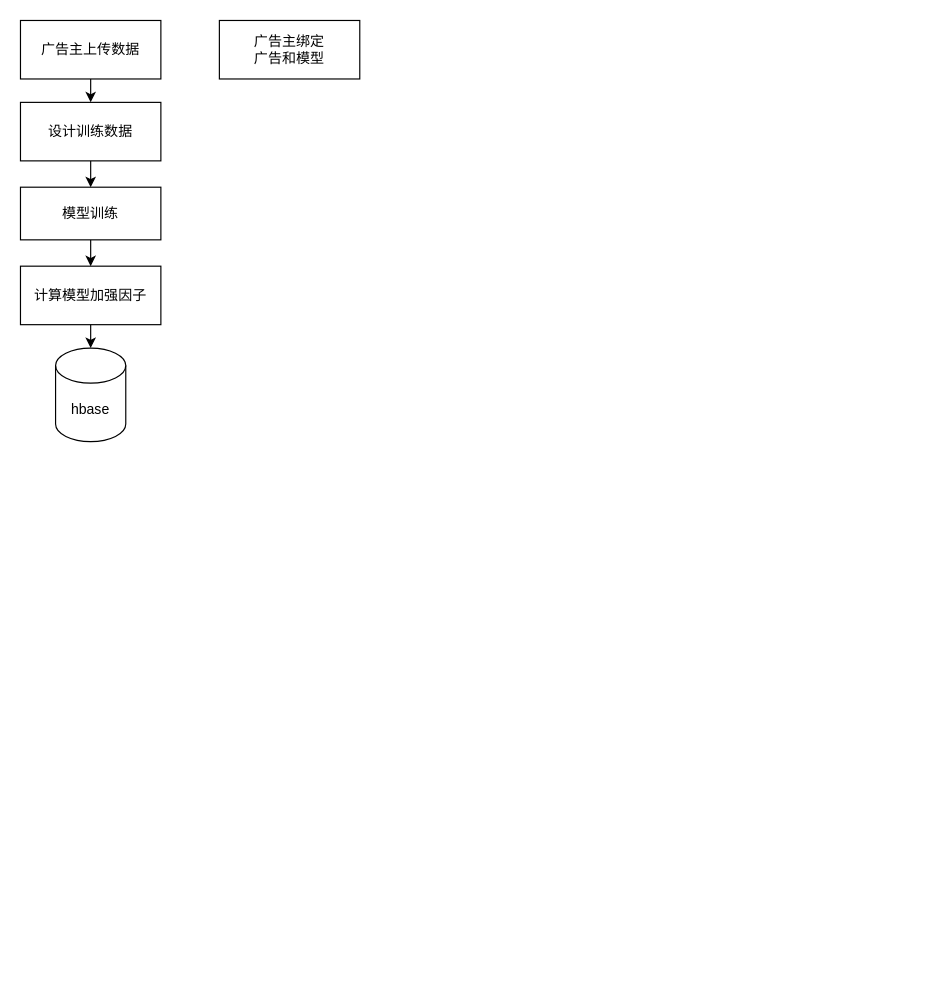
wxquare/wxquare.github.io keeps this draw.io diagram as page "第 3 页" (3 of 3) of source/diagrams/ads.drawio. Above is the earlier version. Source tidied: cells renumbered, new cells numbered last; positions are measured from the earlier drawing's top-left corner, leaving out a move shared by most shapes. Both pictures are drawn from the tidied source at 117%, with x=0, y=0 at pixel (20, 20).
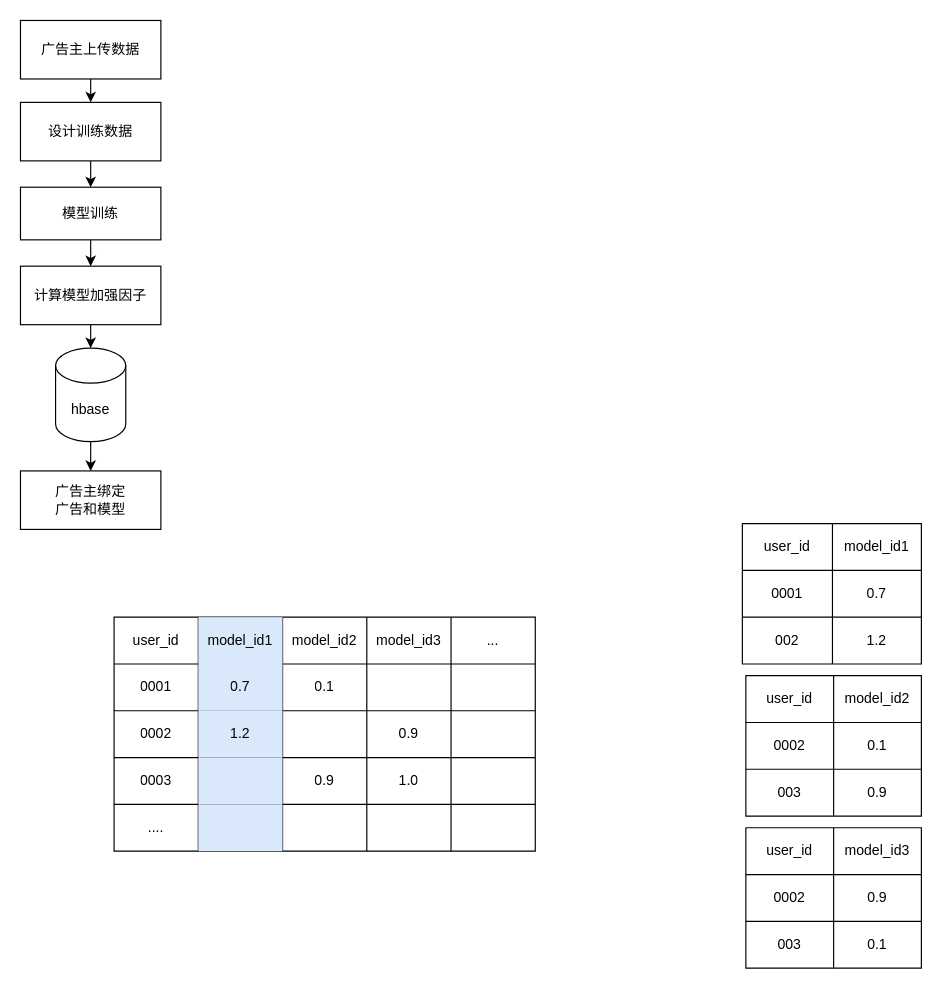
The same diagram, later.

The change refers to these unchanged cells:
```xml
<mxCell id="7" value="hbase" style="shape=cylinder3;whiteSpace=wrap;html=1;boundedLbl=1;backgroundOutline=1;size=15;" parent="1" vertex="1">
  <mxGeometry x="30" y="280" width="60" height="80" as="geometry" />
</mxCell>
```

Diff of the diagram source:
```diff
@@
+    <mxCell id="12" style="edgeStyle=orthogonalEdgeStyle;rounded=0;jettySize=auto;html=1;exitX=0.5;exitY=1;exitDx=0;exitDy=0;exitPerimeter=0;entryX=0.5;entryY=0;entryDx=0;entryDy=0;" parent="1" edge="1" source="7" target="10">
+      <mxGeometry relative="1" as="geometry" />
+    </mxCell>
@@
     <mxCell id="10" value="广告主绑定&lt;br&gt;广告和模型" style="rounded=0;whiteSpace=wrap;html=1;" parent="1" vertex="1">
-      <mxGeometry x="170" width="120" height="50" as="geometry" />
+      <mxGeometry y="385" width="120" height="50" as="geometry" />
     </mxCell>
@@
+    <mxCell id="13" style="shape=table;startSize=0;childLayout=tableLayout;" parent="1" vertex="1">
+      <mxGeometry x="80" y="510" width="360" height="200" as="geometry" />
+    </mxCell>
+    <mxCell id="14" style="shape=tableRow;horizontal=0;startSize=0;swimlaneHead=0;swimlaneBody=0;strokeColor=inherit;top=0;left=0;bottom=0;right=0;fillColor=none;" parent="13" vertex="1">
+      <mxGeometry width="360" height="40" as="geometry" />
+    </mxCell>
+    <mxCell id="15" value="user_id" style="shape=partialRectangle;html=1;whiteSpace=wrap;strokeColor=inherit;overflow=hidden;fillColor=none;top=0;left=0;bottom=0;right=0;" parent="14" vertex="1">
+      <mxGeometry width="72" height="40" as="geometry" />
+    </mxCell>
+    <mxCell id="16" value="model_id1" style="shape=partialRectangle;html=1;whiteSpace=wrap;strokeColor=#6c8ebf;overflow=hidden;fillColor=#dae8fc;top=0;left=0;bottom=0;right=0;" parent="14" vertex="1">
+      <mxGeometry x="72" width="72" height="40" as="geometry" />
+    </mxCell>
+    <mxCell id="17" value="model_id2" style="shape=partialRectangle;html=1;whiteSpace=wrap;strokeColor=inherit;overflow=hidden;fillColor=none;top=0;left=0;bottom=0;right=0;" parent="14" vertex="1">
+      <mxGeometry x="144" width="72" height="40" as="geometry" />
+    </mxCell>
+    <mxCell id="18" value="model_id3" style="shape=partialRectangle;html=1;whiteSpace=wrap;strokeColor=inherit;overflow=hidden;fillColor=none;top=0;left=0;bottom=0;right=0;" parent="14" vertex="1">
+      <mxGeometry x="216" width="72" height="40" as="geometry" />
+    </mxCell>
+    <mxCell id="19" value="..." style="shape=partialRectangle;html=1;whiteSpace=wrap;strokeColor=inherit;overflow=hidden;fillColor=none;top=0;left=0;bottom=0;right=0;" parent="14" vertex="1">
+      <mxGeometry x="288" width="72" height="40" as="geometry" />
+    </mxCell>
+    <mxCell id="20" style="shape=tableRow;horizontal=0;startSize=0;swimlaneHead=0;swimlaneBody=0;strokeColor=inherit;top=0;left=0;bottom=0;right=0;fillColor=none;" parent="13" vertex="1">
+      <mxGeometry y="40" width="360" height="40" as="geometry" />
+    </mxCell>
+    <mxCell id="21" value="0001" style="shape=partialRectangle;html=1;whiteSpace=wrap;strokeColor=inherit;overflow=hidden;fillColor=none;top=0;left=0;bottom=0;right=0;" parent="20" vertex="1">
+      <mxGeometry width="72" height="40" as="geometry" />
+    </mxCell>
+    <mxCell id="22" value="0.7" style="shape=partialRectangle;html=1;whiteSpace=wrap;strokeColor=#6c8ebf;overflow=hidden;fillColor=#dae8fc;top=0;left=0;bottom=0;right=0;" parent="20" vertex="1">
+      <mxGeometry x="72" width="72" height="40" as="geometry" />
+    </mxCell>
+    <mxCell id="23" value="0.1" style="shape=partialRectangle;html=1;whiteSpace=wrap;strokeColor=inherit;overflow=hidden;fillColor=none;top=0;left=0;bottom=0;right=0;" parent="20" vertex="1">
+      <mxGeometry x="144" width="72" height="40" as="geometry" />
+    </mxCell>
+    <mxCell id="24" style="shape=partialRectangle;html=1;whiteSpace=wrap;strokeColor=inherit;overflow=hidden;fillColor=none;top=0;left=0;bottom=0;right=0;" parent="20" vertex="1">
+      <mxGeometry x="216" width="72" height="40" as="geometry" />
+    </mxCell>
+    <mxCell id="25" style="shape=partialRectangle;html=1;whiteSpace=wrap;strokeColor=inherit;overflow=hidden;fillColor=none;top=0;left=0;bottom=0;right=0;" parent="20" vertex="1">
+      <mxGeometry x="288" width="72" height="40" as="geometry" />
+    </mxCell>
+    <mxCell id="26" style="shape=tableRow;horizontal=0;startSize=0;swimlaneHead=0;swimlaneBody=0;strokeColor=inherit;top=0;left=0;bottom=0;right=0;fillColor=none;" parent="13" vertex="1">
+      <mxGeometry y="80" width="360" height="40" as="geometry" />
+    </mxCell>
+    <mxCell id="27" value="0002" style="shape=partialRectangle;html=1;whiteSpace=wrap;strokeColor=inherit;overflow=hidden;fillColor=none;top=0;left=0;bottom=0;right=0;" parent="26" vertex="1">
+      <mxGeometry width="72" height="40" as="geometry" />
+    </mxCell>
+    <mxCell id="28" value="1.2" style="shape=partialRectangle;html=1;whiteSpace=wrap;strokeColor=#6c8ebf;overflow=hidden;fillColor=#dae8fc;top=0;left=0;bottom=0;right=0;" parent="26" vertex="1">
+      <mxGeometry x="72" width="72" height="40" as="geometry" />
+    </mxCell>
+    <mxCell id="29" style="shape=partialRectangle;html=1;whiteSpace=wrap;strokeColor=inherit;overflow=hidden;fillColor=none;top=0;left=0;bottom=0;right=0;" parent="26" vertex="1">
+      <mxGeometry x="144" width="72" height="40" as="geometry" />
+    </mxCell>
+    <mxCell id="30" value="0.9" style="shape=partialRectangle;html=1;whiteSpace=wrap;strokeColor=inherit;overflow=hidden;fillColor=none;top=0;left=0;bottom=0;right=0;" parent="26" vertex="1">
+      <mxGeometry x="216" width="72" height="40" as="geometry" />
+    </mxCell>
+    <mxCell id="31" style="shape=partialRectangle;html=1;whiteSpace=wrap;strokeColor=inherit;overflow=hidden;fillColor=none;top=0;left=0;bottom=0;right=0;" parent="26" vertex="1">
+      <mxGeometry x="288" width="72" height="40" as="geometry" />
+    </mxCell>
+    <mxCell id="32" style="shape=tableRow;horizontal=0;startSize=0;swimlaneHead=0;swimlaneBody=0;strokeColor=inherit;top=0;left=0;bottom=0;right=0;fillColor=none;" parent="13" vertex="1">
+      <mxGeometry y="120" width="360" height="40" as="geometry" />
+    </mxCell>
+    <mxCell id="33" value="0003" style="shape=partialRectangle;html=1;whiteSpace=wrap;strokeColor=inherit;overflow=hidden;fillColor=none;top=0;left=0;bottom=0;right=0;" parent="32" vertex="1">
+      <mxGeometry width="72" height="40" as="geometry" />
+    </mxCell>
+    <mxCell id="34" style="shape=partialRectangle;html=1;whiteSpace=wrap;strokeColor=#6c8ebf;overflow=hidden;fillColor=#dae8fc;top=0;left=0;bottom=0;right=0;" parent="32" vertex="1">
+      <mxGeometry x="72" width="72" height="40" as="geometry" />
+    </mxCell>
+    <mxCell id="35" value="0.9" style="shape=partialRectangle;html=1;whiteSpace=wrap;strokeColor=inherit;overflow=hidden;fillColor=none;top=0;left=0;bottom=0;right=0;" parent="32" vertex="1">
+      <mxGeometry x="144" width="72" height="40" as="geometry" />
+    </mxCell>
+    <mxCell id="36" value="1.0" style="shape=partialRectangle;html=1;whiteSpace=wrap;strokeColor=inherit;overflow=hidden;fillColor=none;top=0;left=0;bottom=0;right=0;" parent="32" vertex="1">
+      <mxGeometry x="216" width="72" height="40" as="geometry" />
+    </mxCell>
+    <mxCell id="37" style="shape=partialRectangle;html=1;whiteSpace=wrap;strokeColor=inherit;overflow=hidden;fillColor=none;top=0;left=0;bottom=0;right=0;" parent="32" vertex="1">
+      <mxGeometry x="288" width="72" height="40" as="geometry" />
+    </mxCell>
+    <mxCell id="38" style="shape=tableRow;horizontal=0;startSize=0;swimlaneHead=0;swimlaneBody=0;strokeColor=inherit;top=0;left=0;bottom=0;right=0;fillColor=none;" parent="13" vertex="1">
+      <mxGeometry y="160" width="360" height="40" as="geometry" />
+    </mxCell>
+    <mxCell id="39" value="...." style="shape=partialRectangle;html=1;whiteSpace=wrap;strokeColor=inherit;overflow=hidden;fillColor=none;top=0;left=0;bottom=0;right=0;" parent="38" vertex="1">
+      <mxGeometry width="72" height="40" as="geometry" />
+    </mxCell>
+    <mxCell id="40" style="shape=partialRectangle;html=1;whiteSpace=wrap;strokeColor=#6c8ebf;overflow=hidden;fillColor=#dae8fc;top=0;left=0;bottom=0;right=0;" parent="38" vertex="1">
+      <mxGeometry x="72" width="72" height="40" as="geometry" />
+    </mxCell>
+    <mxCell id="41" style="shape=partialRectangle;html=1;whiteSpace=wrap;strokeColor=inherit;overflow=hidden;fillColor=none;top=0;left=0;bottom=0;right=0;" parent="38" vertex="1">
+      <mxGeometry x="144" width="72" height="40" as="geometry" />
+    </mxCell>
+    <mxCell id="42" style="shape=partialRectangle;html=1;whiteSpace=wrap;strokeColor=inherit;overflow=hidden;fillColor=none;top=0;left=0;bottom=0;right=0;" parent="38" vertex="1">
+      <mxGeometry x="216" width="72" height="40" as="geometry" />
+    </mxCell>
+    <mxCell id="43" style="shape=partialRectangle;html=1;whiteSpace=wrap;strokeColor=inherit;overflow=hidden;fillColor=none;top=0;left=0;bottom=0;right=0;" parent="38" vertex="1">
+      <mxGeometry x="288" width="72" height="40" as="geometry" />
+    </mxCell>
+    <mxCell id="44" style="shape=table;startSize=0;childLayout=tableLayout;" parent="1" vertex="1">
+      <mxGeometry x="617" y="430" width="153" height="120" as="geometry" />
+    </mxCell>
+    <mxCell id="45" style="shape=tableRow;horizontal=0;startSize=0;swimlaneHead=0;swimlaneBody=0;strokeColor=inherit;top=0;left=0;bottom=0;right=0;fillColor=none;" parent="44" vertex="1">
+      <mxGeometry width="153" height="40" as="geometry" />
+    </mxCell>
+    <mxCell id="46" value="user_id" style="shape=partialRectangle;html=1;whiteSpace=wrap;strokeColor=inherit;overflow=hidden;fillColor=none;top=0;left=0;bottom=0;right=0;" parent="45" vertex="1">
+      <mxGeometry width="77" height="40" as="geometry" />
+    </mxCell>
+    <mxCell id="47" value="model_id1" style="shape=partialRectangle;html=1;whiteSpace=wrap;strokeColor=inherit;overflow=hidden;fillColor=none;top=0;left=0;bottom=0;right=0;" parent="45" vertex="1">
+      <mxGeometry x="77" width="76" height="40" as="geometry" />
+    </mxCell>
+    <mxCell id="48" style="shape=tableRow;horizontal=0;startSize=0;swimlaneHead=0;swimlaneBody=0;strokeColor=inherit;top=0;left=0;bottom=0;right=0;fillColor=none;" parent="44" vertex="1">
+      <mxGeometry y="40" width="153" height="40" as="geometry" />
+    </mxCell>
+    <mxCell id="49" value="0001" style="shape=partialRectangle;html=1;whiteSpace=wrap;strokeColor=inherit;overflow=hidden;fillColor=none;top=0;left=0;bottom=0;right=0;" parent="48" vertex="1">
+      <mxGeometry width="77" height="40" as="geometry" />
+    </mxCell>
+    <mxCell id="50" value="0.7" style="shape=partialRectangle;html=1;whiteSpace=wrap;strokeColor=inherit;overflow=hidden;fillColor=none;top=0;left=0;bottom=0;right=0;" parent="48" vertex="1">
+      <mxGeometry x="77" width="76" height="40" as="geometry" />
+    </mxCell>
+    <mxCell id="51" style="shape=tableRow;horizontal=0;startSize=0;swimlaneHead=0;swimlaneBody=0;strokeColor=inherit;top=0;left=0;bottom=0;right=0;fillColor=none;" parent="44" vertex="1">
+      <mxGeometry y="80" width="153" height="40" as="geometry" />
+    </mxCell>
+    <mxCell id="52" value="002" style="shape=partialRectangle;html=1;whiteSpace=wrap;strokeColor=inherit;overflow=hidden;fillColor=none;top=0;left=0;bottom=0;right=0;" parent="51" vertex="1">
+      <mxGeometry width="77" height="40" as="geometry" />
+    </mxCell>
+    <mxCell id="53" value="1.2" style="shape=partialRectangle;html=1;whiteSpace=wrap;strokeColor=inherit;overflow=hidden;fillColor=none;top=0;left=0;bottom=0;right=0;" parent="51" vertex="1">
+      <mxGeometry x="77" width="76" height="40" as="geometry" />
+    </mxCell>
+    <mxCell id="54" style="shape=table;startSize=0;childLayout=tableLayout;" parent="1" vertex="1">
+      <mxGeometry x="620" y="560" width="150" height="120" as="geometry" />
+    </mxCell>
+    <mxCell id="55" style="shape=tableRow;horizontal=0;startSize=0;swimlaneHead=0;swimlaneBody=0;strokeColor=inherit;top=0;left=0;bottom=0;right=0;fillColor=none;" parent="54" vertex="1">
+      <mxGeometry width="150" height="40" as="geometry" />
+    </mxCell>
+    <mxCell id="56" value="user_id" style="shape=partialRectangle;html=1;whiteSpace=wrap;strokeColor=inherit;overflow=hidden;fillColor=none;top=0;left=0;bottom=0;right=0;" parent="55" vertex="1">
+      <mxGeometry width="75" height="40" as="geometry" />
+    </mxCell>
+    <mxCell id="57" value="model_id2" style="shape=partialRectangle;html=1;whiteSpace=wrap;strokeColor=inherit;overflow=hidden;fillColor=none;top=0;left=0;bottom=0;right=0;" parent="55" vertex="1">
+      <mxGeometry x="75" width="75" height="40" as="geometry" />
+    </mxCell>
+    <mxCell id="58" style="shape=tableRow;horizontal=0;startSize=0;swimlaneHead=0;swimlaneBody=0;strokeColor=inherit;top=0;left=0;bottom=0;right=0;fillColor=none;" parent="54" vertex="1">
+      <mxGeometry y="40" width="150" height="40" as="geometry" />
+    </mxCell>
+    <mxCell id="59" value="0002" style="shape=partialRectangle;html=1;whiteSpace=wrap;strokeColor=inherit;overflow=hidden;fillColor=none;top=0;left=0;bottom=0;right=0;" parent="58" vertex="1">
+      <mxGeometry width="75" height="40" as="geometry" />
+    </mxCell>
+    <mxCell id="60" value="0.1" style="shape=partialRectangle;html=1;whiteSpace=wrap;strokeColor=inherit;overflow=hidden;fillColor=none;top=0;left=0;bottom=0;right=0;" parent="58" vertex="1">
+      <mxGeometry x="75" width="75" height="40" as="geometry" />
+    </mxCell>
+    <mxCell id="61" style="shape=tableRow;horizontal=0;startSize=0;swimlaneHead=0;swimlaneBody=0;strokeColor=inherit;top=0;left=0;bottom=0;right=0;fillColor=none;" parent="54" vertex="1">
+      <mxGeometry y="80" width="150" height="40" as="geometry" />
+    </mxCell>
+    <mxCell id="62" value="003" style="shape=partialRectangle;html=1;whiteSpace=wrap;strokeColor=inherit;overflow=hidden;fillColor=none;top=0;left=0;bottom=0;right=0;" parent="61" vertex="1">
+      <mxGeometry width="75" height="40" as="geometry" />
+    </mxCell>
+    <mxCell id="63" value="0.9" style="shape=partialRectangle;html=1;whiteSpace=wrap;strokeColor=inherit;overflow=hidden;fillColor=none;top=0;left=0;bottom=0;right=0;" parent="61" vertex="1">
+      <mxGeometry x="75" width="75" height="40" as="geometry" />
+    </mxCell>
+    <mxCell id="64" style="shape=table;startSize=0;childLayout=tableLayout;" parent="1" vertex="1">
+      <mxGeometry x="620" y="690" width="150" height="120" as="geometry" />
+    </mxCell>
+    <mxCell id="65" style="shape=tableRow;horizontal=0;startSize=0;swimlaneHead=0;swimlaneBody=0;strokeColor=inherit;top=0;left=0;bottom=0;right=0;fillColor=none;" parent="64" vertex="1">
+      <mxGeometry width="150" height="40" as="geometry" />
+    </mxCell>
+    <mxCell id="66" value="user_id" style="shape=partialRectangle;html=1;whiteSpace=wrap;strokeColor=inherit;overflow=hidden;fillColor=none;top=0;left=0;bottom=0;right=0;" parent="65" vertex="1">
+      <mxGeometry width="75" height="40" as="geometry" />
+    </mxCell>
+    <mxCell id="67" value="model_id3" style="shape=partialRectangle;html=1;whiteSpace=wrap;strokeColor=inherit;overflow=hidden;fillColor=none;top=0;left=0;bottom=0;right=0;" parent="65" vertex="1">
+      <mxGeometry x="75" width="75" height="40" as="geometry" />
+    </mxCell>
+    <mxCell id="68" style="shape=tableRow;horizontal=0;startSize=0;swimlaneHead=0;swimlaneBody=0;strokeColor=inherit;top=0;left=0;bottom=0;right=0;fillColor=none;" parent="64" vertex="1">
+      <mxGeometry y="40" width="150" height="40" as="geometry" />
+    </mxCell>
+    <mxCell id="69" value="0002" style="shape=partialRectangle;html=1;whiteSpace=wrap;strokeColor=inherit;overflow=hidden;fillColor=none;top=0;left=0;bottom=0;right=0;" parent="68" vertex="1">
+      <mxGeometry width="75" height="40" as="geometry" />
+    </mxCell>
+    <mxCell id="70" value="0.9" style="shape=partialRectangle;html=1;whiteSpace=wrap;strokeColor=inherit;overflow=hidden;fillColor=none;top=0;left=0;bottom=0;right=0;" parent="68" vertex="1">
+      <mxGeometry x="75" width="75" height="40" as="geometry" />
+    </mxCell>
+    <mxCell id="71" style="shape=tableRow;horizontal=0;startSize=0;swimlaneHead=0;swimlaneBody=0;strokeColor=inherit;top=0;left=0;bottom=0;right=0;fillColor=none;" parent="64" vertex="1">
+      <mxGeometry y="80" width="150" height="40" as="geometry" />
+    </mxCell>
+    <mxCell id="72" value="003" style="shape=partialRectangle;html=1;whiteSpace=wrap;strokeColor=inherit;overflow=hidden;fillColor=none;top=0;left=0;bottom=0;right=0;" parent="71" vertex="1">
+      <mxGeometry width="75" height="40" as="geometry" />
+    </mxCell>
+    <mxCell id="73" value="0.1" style="shape=partialRectangle;html=1;whiteSpace=wrap;strokeColor=inherit;overflow=hidden;fillColor=none;top=0;left=0;bottom=0;right=0;" parent="71" vertex="1">
+      <mxGeometry x="75" width="75" height="40" as="geometry" />
+    </mxCell>
```
